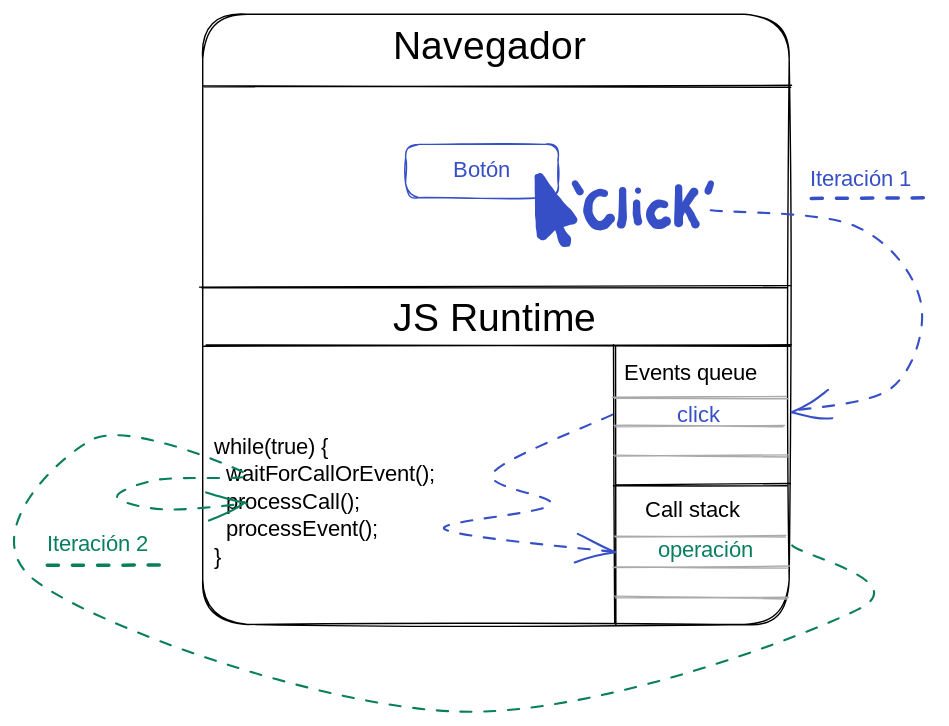
Earlier version of the Excalidraw export src/tema5/js/files/event-loop.excalidraw.svg (atilanof/web-ejercicios-pat). Source tidied: one line per element, renumbered; positions are measured from the earlier drawing's top-left corner, leaving out a move shared by most shapes.
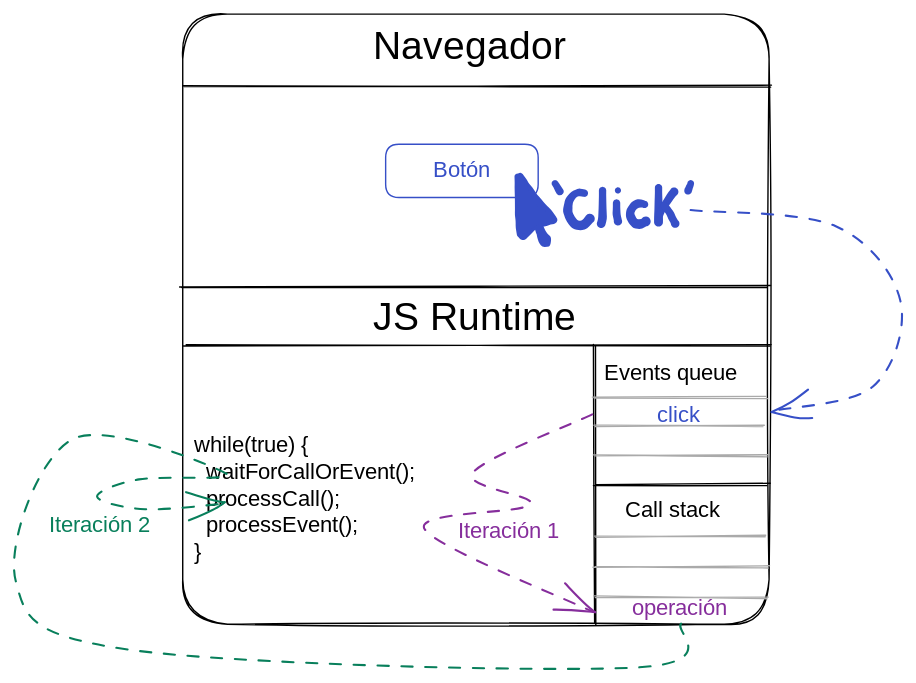
After the change.

Change to the diagram source:
```diff
@@ -1,10 +1,10 @@
 {"id": 0, "type": "rectangle", "strokeColor": "#000000", "strokeWidth": 1, "roughness": 1, "round": true, "x": 120, "y": 0, "width": 419, "height": 436}
 {"id": 1, "type": "line", "strokeColor": "#000000", "strokeWidth": 1, "roughness": 1, "round": true, "x": 120, "y": 51, "width": 420, "height": 0, "points": [[0, 0], [420, 0]]}
 {"id": 2, "type": "line", "strokeColor": "#000000", "strokeWidth": 1, "roughness": 1, "round": true, "x": 121, "y": 237, "width": 419, "height": 0, "points": [[0, 0], [419, 0]]}
-{"id": 3, "type": "text", "text": "Navegador", "strokeColor": "#000000", "strokeWidth": 1, "roughness": 1, "fontSize": 28, "fontFamily": 1, "x": 256, "y": 7, "width": 145, "height": 36}
+{"id": 3, "type": "text", "text": "Navegador", "strokeColor": "#000000", "strokeWidth": 1, "roughness": 1, "fontSize": 28, "fontFamily": 1, "x": 256, "y": 7, "width": 143, "height": 34}
-{"id": 4, "type": "text", "text": "while(true) {\n  waitForCallOrEvent();\n  processCall();\n  processEvent();\n}", "strokeColor": "#000000", "strokeWidth": 1, "roughness": 1, "fontSize": 16, "fontFamily": 3, "x": 128, "y": 298, "width": 217, "height": 98}
+{"id": 4, "type": "text", "text": "while(true) {\n  waitForCallOrEvent();\n  processCall();\n  processEvent();\n}", "strokeColor": "#000000", "strokeWidth": 1, "roughness": 1, "fontSize": 16, "fontFamily": 3, "x": 128, "y": 298, "width": 216, "height": 96}
-{"id": 5, "type": "rectangle", "strokeColor": "#364fc7", "strokeWidth": 1, "roughness": 1, "round": true, "x": 265, "y": 93, "width": 109, "height": 38}
+{"id": 5, "type": "rectangle", "strokeColor": "#364fc7", "strokeWidth": 1, "roughness": 0, "round": true, "x": 265, "y": 93, "width": 109, "height": 38}
-{"id": 6, "type": "text", "text": "Botón", "strokeColor": "#364fc7", "strokeWidth": 1, "roughness": 1, "fontSize": 16, "fontFamily": 1, "textAlign": "center", "verticalAlign": "middle", "inside": 5, "x": 296, "y": 102, "width": 48, "height": 20}
+{"id": 6, "type": "text", "text": "Botón", "strokeColor": "#364fc7", "strokeWidth": 1, "roughness": 1, "fontSize": 16, "fontFamily": 1, "textAlign": "center", "verticalAlign": "middle", "inside": 5, "x": 297, "y": 102, "width": 46, "height": 19}
 {"id": 7, "type": "freedraw", "strokeColor": "#364fc7", "strokeWidth": 1, "roughness": 1, "x": 359, "y": 116, "width": 2, "height": 42, "points": [[0, 0], [0, 1], [0, 3], [0, 8], [0, 10], [0, 15], [0, 19], [0, 23], [0, 27], [0, 30], [1, 33], [1, 36], [1, 38], [2, 40], [2, 42], [2, 42]]}
 {"id": 8, "type": "freedraw", "strokeColor": "#364fc7", "strokeWidth": 1, "roughness": 1, "x": 361, "y": 116, "width": 25, "height": 42, "points": [[0, 0], [3, 3], [4, 6], [6, 9], [9, 13], [11, 16], [14, 19], [16, 22], [18, 24], [20, 26], [22, 28], [23, 29], [25, 31], [23, 31], [21, 31], [19, 32], [17, 32], [14, 33], [12, 33], [11, 34], [9, 35], [8, 36], [7, 37], [6, 39], [4, 40], [3, 42], [2, 42]]}
 {"id": 9, "type": "freedraw", "strokeColor": "#364fc7", "strokeWidth": 1, "roughness": 1, "x": 407, "y": 128, "width": 16, "height": 24, "points": [[0, 0], [-1, 0], [-2, -1], [-3, -1], [-4, -1], [-5, -1], [-5, 0], [-6, 0], [-7, 0], [-7, 1], [-8, 2], [-9, 2], [-9, 3], [-10, 4], [-10, 5], [-11, 5], [-11, 6], [-11, 7], [-11, 8], [-11, 9], [-12, 11], [-12, 12], [-12, 13], [-12, 14], [-11, 15], [-11, 17], [-10, 18], [-9, 19], [-9, 20], [-8, 21], [-7, 22], [-6, 23], [-5, 23], [-4, 23], [-3, 23], [-2, 23], [-1, 23], [0, 23], [1, 22], [1, 21], [2, 21], [2, 20], [3, 20], [3, 19], [4, 19], [4, 18], [4, 18]]}
@@ -17,12 +17,12 @@
 {"id": 16, "type": "freedraw", "strokeColor": "#364fc7", "strokeWidth": 1, "roughness": 1, "x": 464, "y": 137, "width": 8, "height": 13, "points": [[0, 0], [1, 0], [2, 1], [2, 3], [3, 3], [4, 5], [5, 6], [5, 7], [5, 8], [6, 9], [6, 10], [7, 10], [7, 11], [8, 12], [8, 13], [8, 13]]}
 {"id": 17, "type": "freedraw", "strokeColor": "#364fc7", "strokeWidth": 1, "roughness": 1, "x": 374, "y": 151, "width": 8, "height": 13, "points": [[0, 0], [0, 1], [1, 2], [1, 3], [1, 4], [2, 5], [2, 6], [2, 7], [2, 8], [2, 9], [3, 10], [3, 11], [4, 12], [4, 13], [5, 13], [6, 13], [6, 12], [7, 12], [8, 12], [8, 11], [7, 11], [7, 10], [6, 10], [6, 9], [5, 9], [5, 8], [4, 8], [4, 7], [3, 7], [3, 6], [2, 6], [2, 5], [0, 0]]}
 {"id": 18, "type": "freedraw", "strokeColor": "#364fc7", "strokeWidth": 1, "roughness": 1, "x": 364, "y": 122, "width": 17, "height": 33, "points": [[0, 0], [2, 15], [2, 24], [2, 25], [1, 16], [0, 9], [-1, 4], [-1, 15], [-1, 23], [0, 27], [-2, 11], [-2, 2], [0, 6], [6, 15], [9, 20], [8, 24], [8, 24], [15, 24], [8, 25], [3, 28], [1, 30], [6, 24], [11, 21], [9, 19], [4, 17]]}
-{"id": 19, "type": "text", "text": "JS Runtime", "strokeColor": "#000000", "strokeWidth": 1, "roughness": 1, "fontSize": 28, "fontFamily": 1, "x": 256, "y": 201, "width": 154, "height": 36}
+{"id": 19, "type": "text", "text": "JS Runtime", "strokeColor": "#000000", "strokeWidth": 1, "roughness": 1, "fontSize": 28, "fontFamily": 1, "x": 256, "y": 201, "width": 152, "height": 34}
 {"id": 20, "type": "line", "strokeColor": "#000000", "strokeWidth": 1, "roughness": 1, "round": true, "x": 415, "y": 237, "width": 0, "height": 199, "points": [[0, 0], [0, 199]]}
 {"id": 21, "type": "line", "strokeColor": "#000000", "strokeWidth": 1, "roughness": 1, "round": true, "x": 414, "y": 336, "width": 124, "height": 0, "points": [[0, 0], [124, 0]]}
-{"id": 22, "type": "text", "text": "Events queue", "strokeColor": "#000000", "strokeWidth": 1, "roughness": 1, "fontSize": 16, "fontFamily": 1, "x": 421, "y": 247, "width": 107, "height": 20}
+{"id": 22, "type": "text", "text": "Events queue", "strokeColor": "#000000", "strokeWidth": 1, "roughness": 1, "fontSize": 16, "fontFamily": 1, "x": 421, "y": 247, "width": 106, "height": 19}
 {"id": 23, "type": "line", "strokeColor": "#000000", "strokeWidth": 1, "roughness": 1, "round": true, "x": 120, "y": 194, "width": 419, "height": 0, "points": [[0, 0], [419, 0]]}
-{"id": 24, "type": "text", "text": "Call stack", "strokeColor": "#000000", "strokeWidth": 1, "roughness": 1, "fontSize": 16, "fontFamily": 1, "x": 436, "y": 345, "width": 84, "height": 20}
+{"id": 24, "type": "text", "text": "Call stack", "strokeColor": "#000000", "strokeWidth": 1, "roughness": 1, "fontSize": 16, "fontFamily": 1, "x": 436, "y": 345, "width": 82, "height": 19}
 {"id": 25, "type": "line", "strokeColor": "#aaaaaa", "strokeWidth": 1, "roughness": 1, "round": true, "x": 414, "y": 274, "width": 124, "height": 0, "points": [[0, 0], [124, 0]]}
 {"id": 26, "type": "line", "strokeColor": "#aaaaaa", "strokeWidth": 1, "roughness": 1, "round": true, "x": 414, "y": 295, "width": 122, "height": 0, "points": [[0, 0], [122, 0]]}
 {"id": 27, "type": "line", "strokeColor": "#aaaaaa", "strokeWidth": 1, "roughness": 1, "round": true, "x": 414, "y": 315, "width": 125, "height": 0, "points": [[0, 0], [125, 0]]}
@@ -30,13 +30,11 @@
 {"id": 29, "type": "line", "strokeColor": "#aaaaaa", "strokeWidth": 1, "roughness": 1, "round": true, "x": 414, "y": 394, "width": 125, "height": 0, "points": [[0, 0], [125, 0]]}
 {"id": 30, "type": "line", "strokeColor": "#aaaaaa", "strokeWidth": 1, "roughness": 1, "round": true, "x": 414, "y": 417, "width": 124, "height": 0, "points": [[0, 0], [124, 0]]}
 {"id": 31, "type": "arrow", "strokeColor": "#364fc7", "strokeWidth": 1, "strokeStyle": "dashed", "roughness": 1, "endArrowhead": "arrow", "round": true, "to": 0, "x": 483, "y": 140, "width": 149, "height": 144, "points": [[0, 0], [104, 12], [149, 64], [129, 126], [57, 144]]}
-{"id": 32, "type": "arrow", "strokeColor": "#364fc7", "strokeWidth": 1, "strokeStyle": "dashed", "roughness": 1, "endArrowhead": "arrow", "round": true, "x": 413, "y": 285, "width": 120, "height": 99, "points": [[0, 0], [-86, 43], [-44, 66], [-120, 82], [0, 99]]}
+{"id": 32, "type": "arrow", "strokeColor": "#862e9c", "strokeWidth": 1, "strokeStyle": "dashed", "roughness": 1, "endArrowhead": "arrow", "round": true, "x": 413, "y": 285, "width": 120, "height": 142, "points": [[0, 0], [-86, 43], [-44, 66], [-120, 82], [0, 142]]}
-{"id": 33, "type": "text", "text": "click", "strokeColor": "#364fc7", "strokeWidth": 1, "strokeStyle": "dashed", "roughness": 1, "fontSize": 16, "fontFamily": 1, "x": 459, "y": 277, "width": 34, "height": 20}
+{"id": 33, "type": "text", "text": "click", "strokeColor": "#364fc7", "strokeWidth": 1, "strokeStyle": "dashed", "roughness": 1, "fontSize": 16, "fontFamily": 1, "x": 459, "y": 277, "width": 32, "height": 19}
-{"id": 34, "type": "text", "text": "operación", "strokeColor": "#087f5b", "strokeWidth": 1, "strokeStyle": "dashed", "roughness": 1, "fontSize": 16, "fontFamily": 1, "x": 445, "y": 374, "width": 73, "height": 20}
+{"id": 34, "type": "text", "text": "operación", "strokeColor": "#862e9c", "strokeWidth": 1, "strokeStyle": "dashed", "roughness": 1, "fontSize": 16, "fontFamily": 1, "x": 441, "y": 415, "width": 71, "height": 19}
-{"id": 35, "type": "arrow", "strokeColor": "#087f5b", "strokeWidth": 1, "strokeStyle": "dashed", "roughness": 1, "endArrowhead": "arrow", "round": true, "from": 0, "x": 541, "y": 380, "width": 589, "height": 196, "points": [[0, 0], [48, 45], [-239, 119], [-541, 26], [-499, -77], [-390, -51], [-452, -48], [-483, -36], [-448, -27], [-389, -31]]}
+{"id": 35, "type": "arrow", "strokeColor": "#087f5b", "strokeWidth": 1, "strokeStyle": "dashed", "roughness": 1, "endArrowhead": "arrow", "round": true, "from": 34, "x": 476, "y": 436, "width": 476, "height": 164, "points": [[0, 0], [-34, 31], [-394, 19], [-476, -30], [-434, -133], [-325, -107], [-387, -104], [-418, -92], [-383, -83], [-324, -87]]}
 {"id": 36, "type": "freedraw", "strokeColor": "#364fc7", "strokeWidth": 1, "strokeStyle": "dashed", "roughness": 1, "x": 386, "y": 121, "width": 4, "height": 6, "points": [[0, 0], [0, 1], [1, 1], [1, 2], [2, 3], [2, 4], [3, 5], [3, 6], [4, 6], [0, 0]]}
 {"id": 37, "type": "freedraw", "strokeColor": "#364fc7", "strokeWidth": 1, "strokeStyle": "dashed", "roughness": 1, "x": 483, "y": 121, "width": 2, "height": 6, "points": [[0, 0], [0, 1], [-1, 2], [-1, 3], [-1, 4], [-2, 4], [-2, 5], [-2, 6], [0, 0]]}
-{"id": 38, "type": "line", "strokeColor": "#364fc7", "strokeWidth": 2, "strokeStyle": "dashed", "roughness": 1, "round": true, "x": 555, "y": 132, "width": 88, "height": 0, "points": [[0, 0], [88, 0]]}
-{"id": 39, "type": "text", "text": "Iteración 1", "strokeColor": "#364fc7", "strokeWidth": 2, "strokeStyle": "dashed", "roughness": 1, "fontSize": 16, "fontFamily": 1, "x": 554, "y": 109, "width": 86, "height": 20}
+{"id": 39, "type": "text", "text": "Iteración 1", "strokeColor": "#862e9c", "strokeWidth": 2, "strokeStyle": "dashed", "roughness": 1, "fontSize": 16, "fontFamily": 1, "x": 317, "y": 360, "width": 84, "height": 19}
-{"id": 40, "type": "line", "strokeColor": "#087f5b", "strokeWidth": 2, "strokeStyle": "dashed", "roughness": 1, "round": true, "x": 9, "y": 393, "width": 88, "height": 0, "points": [[0, 0], [88, 0]]}
-{"id": 41, "type": "text", "text": "Iteración 2", "strokeColor": "#087f5b", "strokeWidth": 2, "strokeStyle": "dashed", "roughness": 1, "fontSize": 16, "fontFamily": 1, "x": 8, "y": 370, "width": 93, "height": 20}
+{"id": 41, "type": "text", "text": "Iteración 2", "strokeColor": "#087f5b", "strokeWidth": 2, "strokeStyle": "dashed", "roughness": 1, "fontSize": 16, "fontFamily": 1, "x": 24, "y": 356, "width": 91, "height": 19}
```
